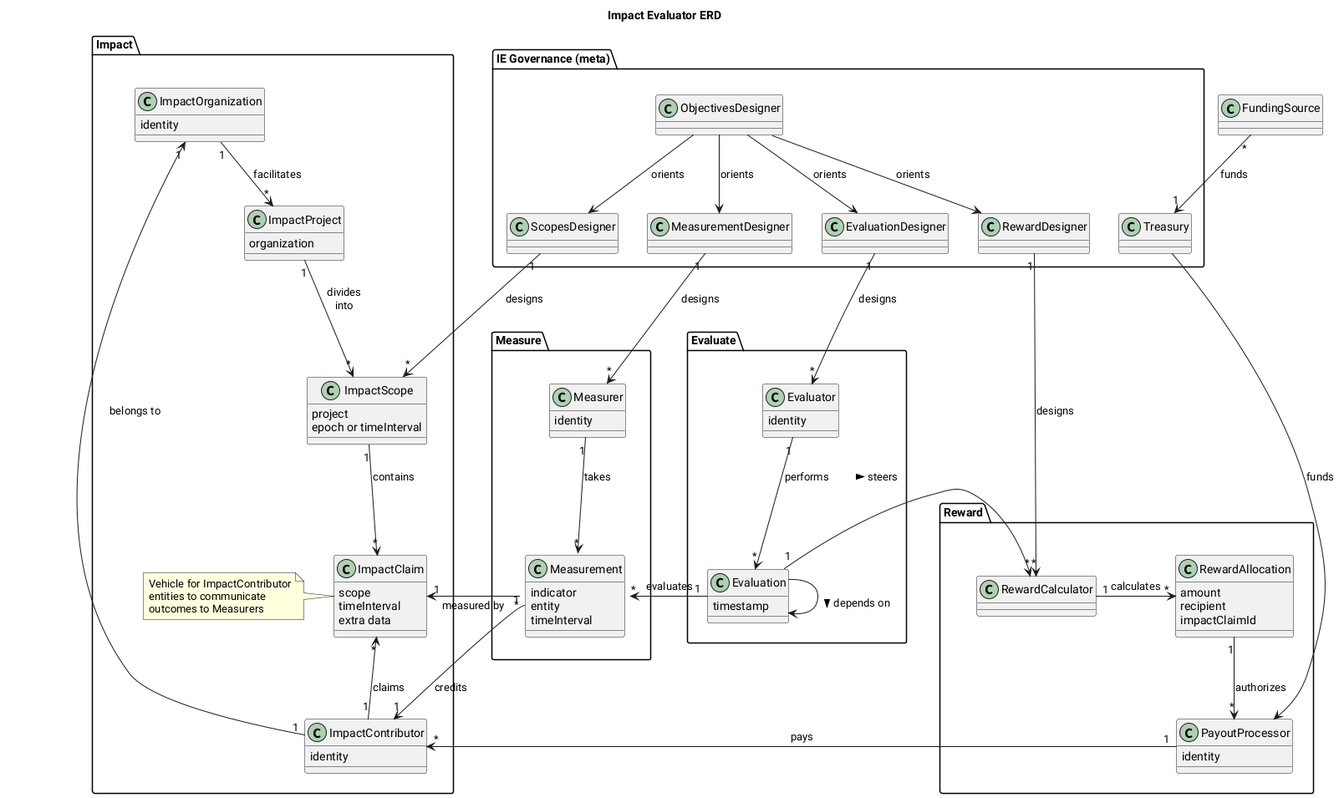
The PlantUML diagram ERD.png in aspiers/ImpactEvaluators, before a commit. Its diagram source:
```plantuml
@startuml "Impact Evaluator ERD"
title "Impact Evaluator ERD"


package "IE Governance (meta)" as IEGovernance {
    class ObjectivesDesigner {}
    class ScopesDesigner {}
    class MeasurementDesigner {}
    class EvaluationDesigner {}
    class RewardDesigner {}
    class Treasury {}

    ObjectivesDesigner -d[hidden]-> ScopesDesigner
    ScopesDesigner -r[hidden]-> MeasurementDesigner
    MeasurementDesigner -r[hidden]-> EvaluationDesigner
    EvaluationDesigner -r[hidden]-> RewardDesigner
    RewardDesigner -r[hidden]-> Treasury

    ObjectivesDesigner --> ScopesDesigner : orients
    ObjectivesDesigner --> MeasurementDesigner : orients
    ObjectivesDesigner --> EvaluationDesigner : orients
    ObjectivesDesigner --> RewardDesigner : orients
}

package Impact {
    class ImpactOrganization {
        identity
    }
    class ImpactProject {
        organization
    }
    class ImpactScope {
        project
        epoch or timeInterval
    }
    class ImpactClaim {
        scope
        timeInterval
        extra data
    }
    note left of ImpactClaim
        Vehicle for ImpactContributor
        entities to communicate
        outcomes to Measurers
    end note
    class ImpactContributor {
        identity
    }

    ImpactOrganization "1" -d-> "*" ImpactProject : facilitates
    ImpactProject "1" -d-> "*" ImpactScope : divides\ninto
    ImpactScope "1" -d-> "*" ImpactClaim : contains
    ImpactContributor "1" -u-> "*" ImpactClaim : claims
    ImpactContributor "1" -u-> "1" ImpactOrganization : belongs to
}

package Measure {
    class Measurement {
        indicator
        entity
        timeInterval
    }
    class Measurer {
        identity
    }


    Measurer "1" --> "*" Measurement : takes
    Measurement "*" -l-> "1" ImpactClaim : measured by
    Measurement::entity "1" --> "1" ImpactContributor : credits
}

package Evaluate {
    class Evaluation {
        timestamp
    }
    class Evaluator {
        identity
    }

    Evaluator "1" -d-> "*" Evaluation : performs
    Evaluation "1" -l-> "*" Measurement : evaluates
    Evaluation --> Evaluation : "\n> depends on"
}

package Reward {
    class RewardCalculator {}
    class RewardAllocation {
        amount
        recipient
        impactClaimId
    }
    class PayoutProcessor {
        identity
    }

    RewardCalculator "1" -r-> "*" RewardAllocation : calculates
    RewardAllocation "1" -d-> "*" PayoutProcessor : authorizes
}

Impact -r[hidden]--> Measure
Evaluate -r[hidden]--> Reward
Measurement -r[hidden]--> Evaluation
Evaluation -r[hidden]--> RewardCalculator

ScopesDesigner "1" --> "*" ImpactScope : designs
MeasurementDesigner "1" --> "*" Measurer : designs
EvaluationDesigner "1" --> "*" Evaluator : designs
RewardDesigner "1" --> "*" RewardCalculator : designs

Treasury --> PayoutProcessor : funds

Evaluation "1" --> "*" RewardCalculator : steers >
PayoutProcessor "1" -d-> "*" ImpactContributor : pays

FundingSource "*" --> "1" Treasury : funds


@enduml
```
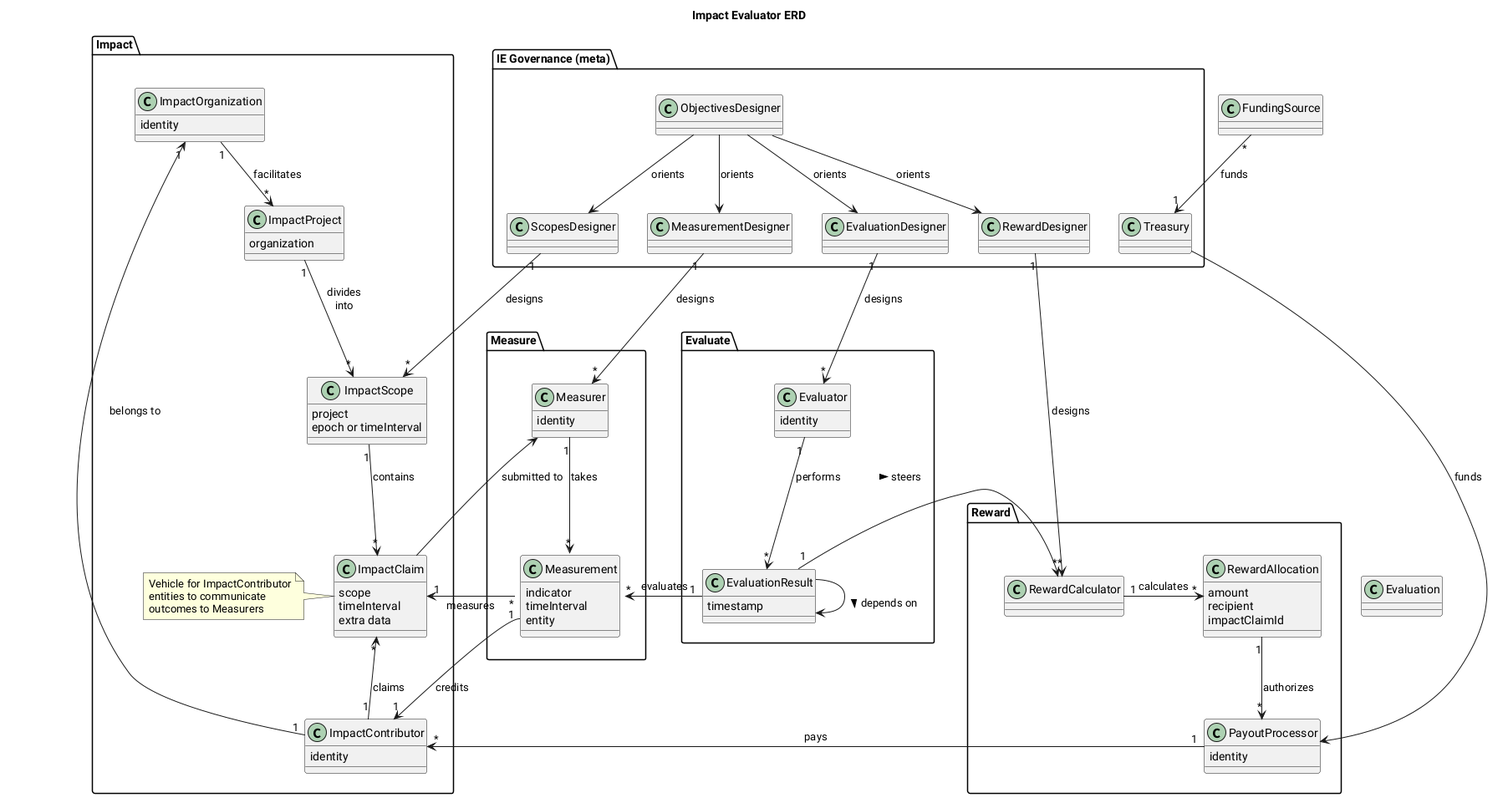
The same file after the commit.

The edit, as a diff of the source:
```diff
@@ -57,30 +57,31 @@
 package Measure {
     class Measurement {
         indicator
+        timeInterval
         entity
-        timeInterval
     }
     class Measurer {
         identity
     }
 
+    ImpactClaim --> Measurer : submitted to
 
     Measurer "1" --> "*" Measurement : takes
-    Measurement "*" -l-> "1" ImpactClaim : measured by
+    Measurement "*" -l-> "1" ImpactClaim : measures
     Measurement::entity "1" --> "1" ImpactContributor : credits
 }
 
 package Evaluate {
-    class Evaluation {
+    class EvaluationResult {
         timestamp
     }
     class Evaluator {
         identity
     }
 
-    Evaluator "1" -d-> "*" Evaluation : performs
-    Evaluation "1" -l-> "*" Measurement : evaluates
-    Evaluation --> Evaluation : "\n> depends on"
+    Evaluator "1" -d-> "*" EvaluationResult : performs
+    EvaluationResult "1" -l-> "*" Measurement : evaluates
+    EvaluationResult --> EvaluationResult : "\n> depends on"
 }
 
 package Reward {
@@ -110,7 +111,7 @@
 
 Treasury --> PayoutProcessor : funds
 
-Evaluation "1" --> "*" RewardCalculator : steers >
+EvaluationResult "1" --> "*" RewardCalculator : steers >
 PayoutProcessor "1" -d-> "*" ImpactContributor : pays
 
 FundingSource "*" --> "1" Treasury : funds
```
